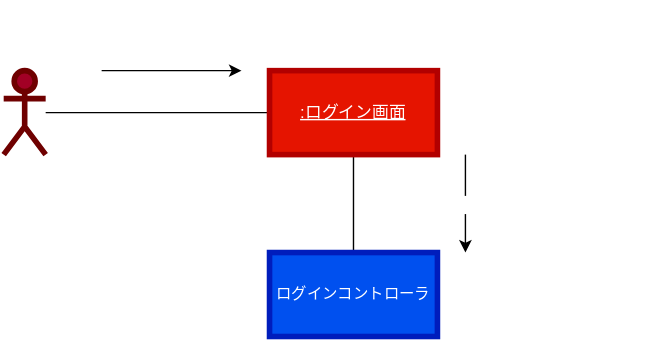
The draw.io diagram 演習５/図5-1 コミュニケーション図の例.drawio.svg in Kuya0307/unl-introduction, before a commit. Source tidied: cells renumbered, new cells last; positions are measured from the earlier drawing's top-left corner, leaving out a move shared by most shapes.
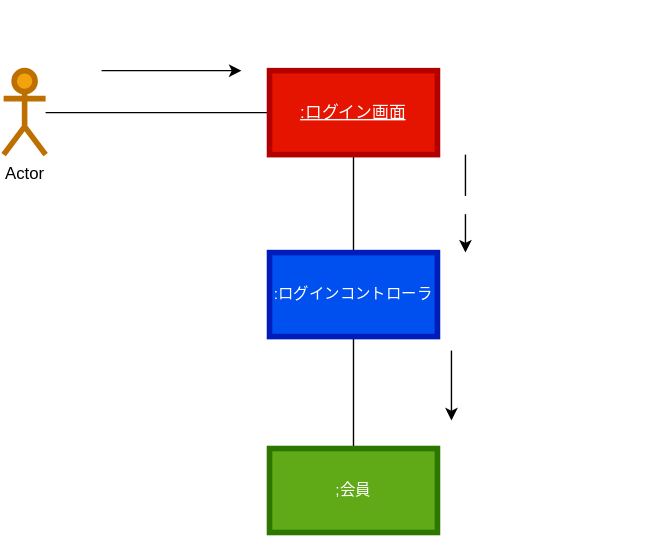
After the commit.

Commit message:
コミュニケーション図を完成させた

Diff of the diagram source:
```diff
@@ -5,7 +5,7 @@
     <mxCell id="2" style="edgeStyle=none;html=1;entryX=0;entryY=0.5;entryDx=0;entryDy=0;fontColor=none;strokeColor=default;endArrow=none;endFill=0;" parent="1" edge="1" source="3" target="5">
       <mxGeometry relative="1" as="geometry" />
     </mxCell>
-    <mxCell id="3" value="Actor" style="shape=umlActor;verticalLabelPosition=bottom;verticalAlign=top;html=1;outlineConnect=0;fillColor=#a20025;fontColor=#ffffff;strokeColor=#6F0000;strokeWidth=4;" parent="1" vertex="1">
+    <mxCell id="3" value="Actor" style="shape=umlActor;verticalLabelPosition=bottom;verticalAlign=top;html=1;outlineConnect=0;fillColor=#f0a30a;fontColor=#000000;strokeColor=#BD7000;strokeWidth=4;" parent="1" vertex="1">
       <mxGeometry y="50" width="30" height="60" as="geometry" />
     </mxCell>
     <mxCell id="4" style="edgeStyle=none;html=1;entryX=0.5;entryY=0;entryDx=0;entryDy=0;strokeColor=default;fontColor=#FFFFFF;endArrow=none;endFill=0;" parent="1" edge="1" source="5" target="8">
@@ -23,7 +23,10 @@
     <mxCell id="7" value="&lt;font color=&quot;#ffffff&quot;&gt;1.ログイン情報入力(会員情報、パスワード)&lt;/font&gt;" style="text;html=1;align=center;verticalAlign=middle;strokeColor=none;fillColor=none;fontColor=none;" parent="1" vertex="1">
       <mxGeometry width="260" height="30" as="geometry" />
     </mxCell>
+    <mxCell id="11" style="edgeStyle=none;html=1;strokeColor=default;fontSize=11;fontColor=#FFFFFF;endArrow=none;endFill=0;" parent="1" edge="1" source="8" target="12">
+      <mxGeometry relative="1" as="geometry" />
+    </mxCell>
-    <mxCell id="8" value="&lt;font style=&quot;font-size: 11px;&quot;&gt;ログインコントローラ&lt;/font&gt;" style="rounded=0;whiteSpace=wrap;html=1;strokeWidth=4;fontColor=#ffffff;fillColor=#0050ef;strokeColor=#001DBC;" parent="1" vertex="1">
+    <mxCell id="8" value="&lt;font style=&quot;font-size: 11px;&quot;&gt;:ログインコントローラ&lt;/font&gt;" style="rounded=0;whiteSpace=wrap;html=1;strokeWidth=4;fontColor=#ffffff;fillColor=#0050ef;strokeColor=#001DBC;" parent="1" vertex="1">
       <mxGeometry x="190" y="180" width="120" height="60" as="geometry" />
     </mxCell>
     <mxCell id="9" style="endArrow=classic;html=1;strokeColor=default;fontColor=#FFFFFF;" parent="1" edge="1">
@@ -37,5 +40,19 @@
         <mxPoint x="30" as="offset" />
       </mxGeometry>
     </mxCell>
+    <mxCell id="12" value="&lt;span style=&quot;font-size: 11px;&quot;&gt;;会員&lt;/span&gt;" style="rounded=0;whiteSpace=wrap;html=1;strokeWidth=4;fontColor=#ffffff;fillColor=#60a917;strokeColor=#2D7600;" parent="1" vertex="1">
+      <mxGeometry x="190" y="320" width="120" height="60" as="geometry" />
+    </mxCell>
+    <mxCell id="13" style="endArrow=classic;html=1;strokeColor=default;fontSize=11;fontColor=#FFFFFF;" parent="1" edge="1">
+      <mxGeometry relative="1" as="geometry">
+        <mxPoint x="320" y="250" as="sourcePoint" />
+        <mxPoint x="320" y="300" as="targetPoint" />
+      </mxGeometry>
+    </mxCell>
+    <mxCell id="14" value="3.:会員情報取得()" style="edgeLabel;html=1;align=center;verticalAlign=middle;strokeWidth=4;fontSize=11;fontColor=#FFFFFF;" parent="13" vertex="1">
+      <mxGeometry relative="1" as="geometry">
+        <mxPoint x="55" as="offset" />
+      </mxGeometry>
+    </mxCell>
   </root>
 </mxGraphModel>
```
